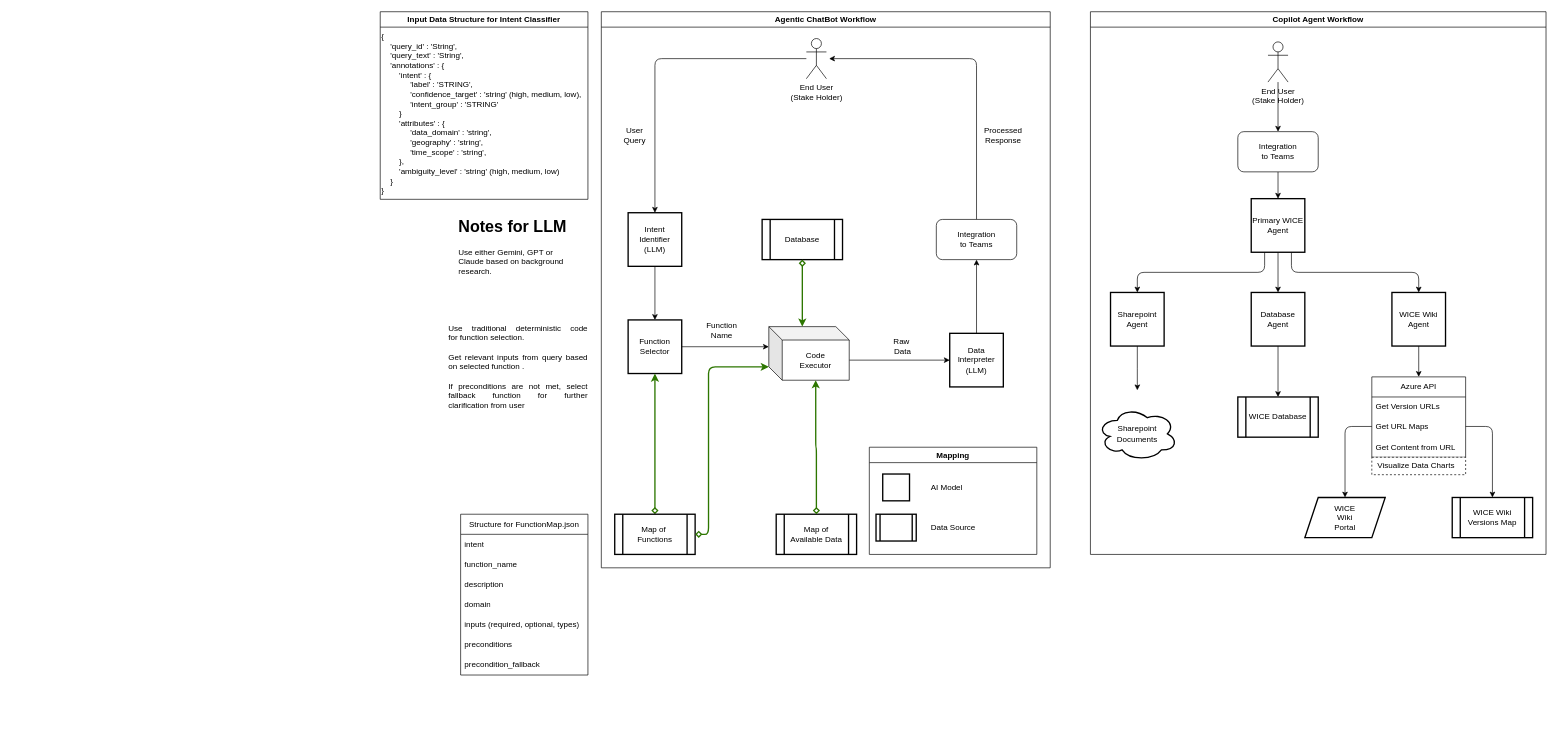
The draw.io diagram FlowCharts/Masters Thesis for Stakeholder Chatbot.drawio in punnoose-1620/masters-thesis-sensor-data, before the edit. Source tidied: cells renumbered, new cells numbered last; positions are measured from the earlier drawing's top-left corner, leaving out a move shared by most shapes. Both pictures are drawn from the tidied source at 67%, with x=0, y=0 at pixel (380, 11).
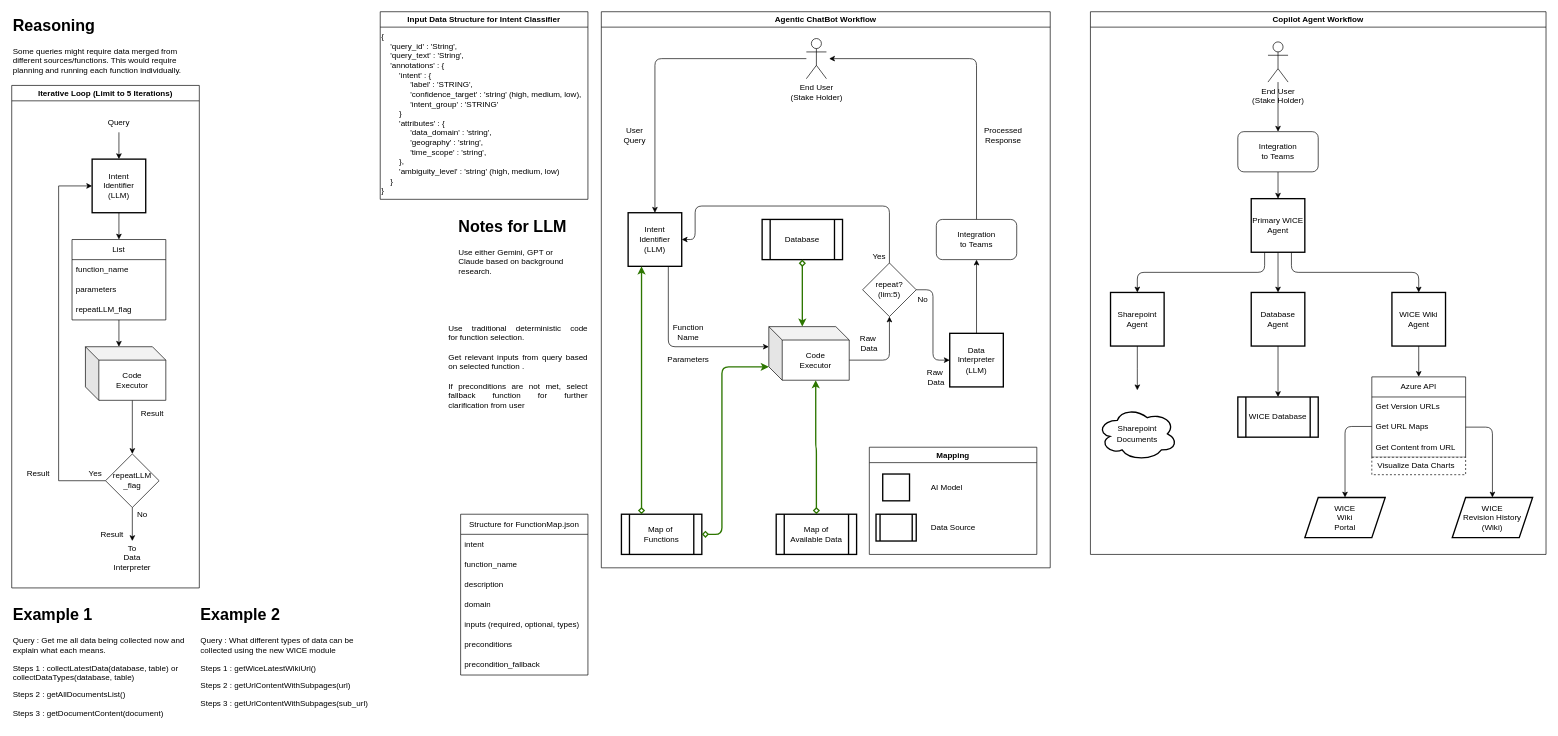
The same page after the edit.

Commit message:
Added Loop Condition in Chatbot Flow

The change refers to these unchanged cells:
```xml
<mxCell id="13" style="group;" parent="1" vertex="1">
  <mxGeometry x="330" width="670" height="830" as="geometry" />
</mxCell>
<mxCell id="14" value="&lt;div&gt;Agentic&amp;nbsp;ChatBot Workflow&lt;/div&gt;" style="swimlane;whiteSpace=wrap;html=1;" parent="13" vertex="1">
  <mxGeometry width="670" height="830" as="geometry" />
</mxCell>
<mxCell id="20" value="Intent&lt;div&gt;Identifier&lt;/div&gt;&lt;div&gt;(LLM)&lt;/div&gt;" style="whiteSpace=wrap;html=1;strokeColor=light-dark(#000000,#CC0000);strokeWidth=2;" parent="13" vertex="1">
  <mxGeometry x="40" y="300" width="80" height="80" as="geometry" />
</mxCell>
<mxCell id="25" value="Code&lt;div&gt;Executor&lt;/div&gt;" style="shape=cube;whiteSpace=wrap;html=1;boundedLbl=1;backgroundOutline=1;darkOpacity=0.05;darkOpacity2=0.1;" parent="13" vertex="1">
  <mxGeometry x="250" y="470" width="120" height="80" as="geometry" />
</mxCell>
<mxCell id="34" value="Data&lt;div&gt;Interpreter&lt;/div&gt;&lt;div&gt;(LLM)&lt;/div&gt;" style="whiteSpace=wrap;html=1;strokeColor=light-dark(#000000,#CC0000);strokeWidth=2;" parent="13" vertex="1">
  <mxGeometry x="520" y="480" width="80" height="80" as="geometry" />
</mxCell>
<mxCell id="46" value="Copilot Agent Workflow" style="swimlane;whiteSpace=wrap;html=1;" parent="1" vertex="1">
  <mxGeometry x="1060" width="680" height="810" as="geometry" />
</mxCell>
<mxCell id="63" value="Azure API" style="swimlane;fontStyle=0;horizontal=1;startSize=30;whiteSpace=wrap;html=1;" parent="46" vertex="1">
  <mxGeometry x="420" y="545" width="140" height="120" as="geometry" />
</mxCell>
<mxCell id="65" value="Get URL Maps" style="text;strokeColor=none;fillColor=none;align=left;verticalAlign=middle;spacingLeft=4;spacingRight=4;overflow=hidden;points=[[0,0.5],[1,0.5]];portConstraint=eastwest;whiteSpace=wrap;html=1;" parent="63" vertex="1">
  <mxGeometry y="60" width="140" height="30" as="geometry" />
</mxCell>
```

What changed in the source:
```diff
@@
+    <mxCell id="72" value="Function&lt;div&gt;Name&lt;/div&gt;" style="text;html=1;whiteSpace=wrap;strokeColor=none;fillColor=none;align=center;verticalAlign=middle;rounded=0;" parent="14" vertex="1">
+      <mxGeometry x="100" y="464" width="60" height="30" as="geometry" />
+    </mxCell>
+    <mxCell id="37" value="Parameters" style="text;html=1;whiteSpace=wrap;strokeColor=none;fillColor=none;align=center;verticalAlign=middle;rounded=0;" parent="14" vertex="1">
+      <mxGeometry x="100" y="510" width="60" height="20" as="geometry" />
+    </mxCell>
+    <mxCell id="23" value="Map of&amp;nbsp;&lt;div&gt;Functions&lt;/div&gt;" style="shape=process;whiteSpace=wrap;html=1;backgroundOutline=1;strokeColor=light-dark(#000000,#009900);strokeWidth=2;" parent="14" vertex="1">
+      <mxGeometry x="30" y="750" width="120" height="60" as="geometry" />
+    </mxCell>
+    <mxCell id="73" value="&lt;div&gt;repeat?&lt;/div&gt;&lt;div&gt;(lim:5)&lt;/div&gt;" style="rhombus;whiteSpace=wrap;html=1;" parent="14" vertex="1">
+      <mxGeometry x="390" y="375" width="80" height="80" as="geometry" />
+    </mxCell>
+    <mxCell id="35" value="Raw&amp;nbsp;&lt;div&gt;Data&lt;/div&gt;" style="text;html=1;whiteSpace=wrap;strokeColor=none;fillColor=none;align=center;verticalAlign=middle;rounded=0;" parent="14" vertex="1">
+      <mxGeometry x="380" y="480" width="40" height="30" as="geometry" />
+    </mxCell>
+    <mxCell id="74" value="&lt;div&gt;No&lt;/div&gt;" style="text;html=1;whiteSpace=wrap;strokeColor=none;fillColor=none;align=center;verticalAlign=middle;rounded=0;" parent="14" vertex="1">
+      <mxGeometry x="470" y="420" width="20" height="20" as="geometry" />
+    </mxCell>
+    <mxCell id="75" value="Raw&amp;nbsp;&lt;div&gt;Data&lt;/div&gt;" style="text;html=1;whiteSpace=wrap;strokeColor=none;fillColor=none;align=center;verticalAlign=middle;rounded=0;" parent="14" vertex="1">
+      <mxGeometry x="480" y="530" width="40" height="30" as="geometry" />
+    </mxCell>
+    <mxCell id="76" value="Yes" style="text;html=1;whiteSpace=wrap;strokeColor=none;fillColor=none;align=center;verticalAlign=middle;rounded=0;" parent="14" vertex="1">
+      <mxGeometry x="400" y="355" width="30" height="20" as="geometry" />
+    </mxCell>
@@
-    <mxCell id="19" style="edgeStyle=orthogonalEdgeStyle;rounded=1;jettySize=auto;html=1;exitX=0.5;exitY=1;exitDx=0;exitDy=0;curved=0;" parent="13" edge="1" source="20" target="21">
+    <mxCell id="19" style="edgeStyle=orthogonalEdgeStyle;rounded=1;jettySize=auto;html=1;exitX=0.75;exitY=1;exitDx=0;exitDy=0;curved=0;entryX=0;entryY=0;entryDx=0;entryDy=30;entryPerimeter=0;" parent="13" edge="1" source="20" target="25">
       <mxGeometry relative="1" as="geometry" />
     </mxCell>
@@
-    <mxCell id="21" value="Function&lt;div&gt;Selector&lt;/div&gt;" style="whiteSpace=wrap;html=1;strokeColor=light-dark(#000000,#FFFFFF);strokeWidth=2;" parent="13" vertex="1">
-      <mxGeometry x="40" y="460" width="80" height="80" as="geometry" />
-    </mxCell>
-    <mxCell id="22" style="edgeStyle=orthogonalEdgeStyle;rounded=1;jettySize=auto;html=1;exitX=0.5;exitY=0;exitDx=0;exitDy=0;entryX=0.5;entryY=1;entryDx=0;entryDy=0;startArrow=diamond;startFill=0;fillColor=#60a917;strokeColor=#2D7600;strokeWidth=2;curved=0;" parent="13" edge="1" source="23" target="21">
+    <mxCell id="22" style="edgeStyle=orthogonalEdgeStyle;rounded=1;jettySize=auto;html=1;exitX=0.25;exitY=0;exitDx=0;exitDy=0;entryX=0.25;entryY=1;entryDx=0;entryDy=0;startArrow=diamond;startFill=0;fillColor=#60a917;strokeColor=#2D7600;strokeWidth=2;curved=0;" parent="13" edge="1" source="23" target="20">
       <mxGeometry relative="1" as="geometry" />
     </mxCell>
-    <mxCell id="23" value="Map of&amp;nbsp;&lt;div&gt;Functions&lt;/div&gt;" style="shape=process;whiteSpace=wrap;html=1;backgroundOutline=1;strokeColor=light-dark(#000000,#009900);strokeWidth=2;" parent="13" vertex="1">
-      <mxGeometry x="20" y="750" width="120" height="60" as="geometry" />
-    </mxCell>
-    <mxCell id="24" style="edgeStyle=orthogonalEdgeStyle;rounded=1;jettySize=auto;html=1;exitX=0;exitY=0;exitDx=120;exitDy=50;exitPerimeter=0;curved=0;" parent="13" edge="1" source="25" target="34">
+    <mxCell id="24" style="edgeStyle=orthogonalEdgeStyle;rounded=1;jettySize=auto;html=1;exitX=0;exitY=0;exitDx=120;exitDy=50;exitPerimeter=0;curved=0;entryX=0.5;entryY=1;entryDx=0;entryDy=0;" parent="13" edge="1" source="25" target="73">
       <mxGeometry relative="1" as="geometry" />
     </mxCell>
@@
-    <mxCell id="26" style="edgeStyle=orthogonalEdgeStyle;rounded=1;jettySize=auto;html=1;exitX=1;exitY=0.5;exitDx=0;exitDy=0;entryX=0;entryY=0;entryDx=0;entryDy=30;entryPerimeter=0;curved=0;" parent="13" edge="1" source="21" target="25">
-      <mxGeometry relative="1" as="geometry" />
-    </mxCell>
     <mxCell id="27" style="edgeStyle=orthogonalEdgeStyle;rounded=1;jettySize=auto;html=1;exitX=1;exitY=0.5;exitDx=0;exitDy=0;entryX=0;entryY=0;entryDx=0;entryDy=60;entryPerimeter=0;startArrow=diamond;startFill=0;fillColor=#60a917;strokeColor=#2D7600;strokeWidth=2;curved=0;" parent="13" edge="1" source="23" target="25">
       <mxGeometry relative="1" as="geometry">
         <Array as="points">
-          <mxPoint x="160" y="780" />
-          <mxPoint x="160" y="530" />
+          <mxPoint x="180" y="780" />
+          <mxPoint x="180" y="530" />
         </Array>
       </mxGeometry>
     </mxCell>
@@
-    <mxCell id="35" value="Raw&amp;nbsp;&lt;div&gt;Data&lt;/div&gt;" style="text;html=1;whiteSpace=wrap;strokeColor=none;fillColor=none;align=center;verticalAlign=middle;rounded=0;" parent="13" vertex="1">
-      <mxGeometry x="420" y="485" width="60" height="30" as="geometry" />
-    </mxCell>
@@
-    <mxCell id="37" value="Function&lt;div&gt;Name&lt;/div&gt;" style="text;html=1;whiteSpace=wrap;strokeColor=none;fillColor=none;align=center;verticalAlign=middle;rounded=0;" parent="13" vertex="1">
-      <mxGeometry x="150" y="460" width="60" height="30" as="geometry" />
-    </mxCell>
@@
+    <mxCell id="77" style="edgeStyle=orthogonalEdgeStyle;rounded=1;jettySize=auto;html=1;exitX=1;exitY=0.5;exitDx=0;exitDy=0;entryX=0;entryY=0.5;entryDx=0;entryDy=0;curved=0;" parent="13" edge="1" source="73" target="34">
+      <mxGeometry relative="1" as="geometry" />
+    </mxCell>
+    <mxCell id="78" style="edgeStyle=orthogonalEdgeStyle;rounded=1;jettySize=auto;html=1;exitX=0.5;exitY=0;exitDx=0;exitDy=0;entryX=1;entryY=0.5;entryDx=0;entryDy=0;curved=0;" parent="13" edge="1" source="73" target="20">
+      <mxGeometry relative="1" as="geometry">
+        <Array as="points">
+          <mxPoint x="430" y="290" />
+          <mxPoint x="140" y="290" />
+          <mxPoint x="140" y="340" />
+        </Array>
+      </mxGeometry>
+    </mxCell>
@@
-    <mxCell id="69" style="edgeStyle=orthogonalEdgeStyle;rounded=1;jettySize=auto;html=1;entryX=0.5;entryY=0;entryDx=0;entryDy=0;curved=0;" parent="46" edge="1" source="63" target="71">
-      <mxGeometry relative="1" as="geometry">
-        <Array as="points">
-          <mxPoint x="600" y="619" />
-        </Array>
-      </mxGeometry>
-    </mxCell>
@@
-    <mxCell id="71" value="&lt;div&gt;WICE Wiki&lt;/div&gt;&lt;div&gt;Versions Map&lt;/div&gt;" style="shape=process;whiteSpace=wrap;html=1;backgroundOutline=1;strokeColor=light-dark(#000000,#009900);strokeWidth=2;" parent="46" vertex="1">
-      <mxGeometry x="540" y="725" width="120" height="60" as="geometry" />
-    </mxCell>
+    <mxCell id="79" value="&lt;div&gt;WICE&lt;/div&gt;&lt;div&gt;Revision History&lt;/div&gt;&lt;div&gt;(Wiki)&lt;/div&gt;" style="shape=parallelogram;perimeter=parallelogramPerimeter;whiteSpace=wrap;html=1;fixedSize=1;strokeColor=light-dark(#000000,#009900);strokeWidth=2;" parent="46" vertex="1">
+      <mxGeometry x="540" y="725" width="120" height="60" as="geometry" />
+    </mxCell>
+    <mxCell id="80" style="edgeStyle=orthogonalEdgeStyle;rounded=1;jettySize=auto;html=1;exitX=1;exitY=0.5;exitDx=0;exitDy=0;entryX=0.5;entryY=0;entryDx=0;entryDy=0;curved=0;" parent="46" edge="1" source="65" target="79">
+      <mxGeometry relative="1" as="geometry" />
+    </mxCell>
+    <mxCell id="81" style="group;" parent="1" vertex="1">
+      <mxGeometry x="-550" y="110" width="280" height="750" as="geometry" />
+    </mxCell>
+    <mxCell id="82" value="Iterative Loop (Limit to 5 Iterations)" style="swimlane;whiteSpace=wrap;html=1;" parent="81" vertex="1">
+      <mxGeometry width="280" height="750" as="geometry" />
+    </mxCell>
+    <mxCell id="83" style="edgeStyle=orthogonalEdgeStyle;rounded=0;jettySize=auto;html=1;exitX=0.5;exitY=1;exitDx=0;exitDy=0;entryX=0.5;entryY=0;entryDx=0;entryDy=0;" parent="81" edge="1" source="84" target="85">
+      <mxGeometry relative="1" as="geometry" />
+    </mxCell>
+    <mxCell id="84" value="Intent&lt;div&gt;Identifier&lt;/div&gt;&lt;div&gt;(LLM)&lt;/div&gt;" style="whiteSpace=wrap;html=1;strokeColor=light-dark(#000000,#CC0000);strokeWidth=2;" parent="81" vertex="1">
+      <mxGeometry x="120" y="110" width="80" height="80" as="geometry" />
+    </mxCell>
+    <mxCell id="85" value="List" style="swimlane;fontStyle=0;horizontal=1;startSize=30;whiteSpace=wrap;html=1;" parent="81" vertex="1">
+      <mxGeometry x="90" y="230" width="140" height="120" as="geometry" />
+    </mxCell>
+    <mxCell id="86" value="function_name" style="text;strokeColor=none;fillColor=none;align=left;verticalAlign=middle;spacingLeft=4;spacingRight=4;overflow=hidden;whiteSpace=wrap;html=1;" parent="85" vertex="1">
+      <mxGeometry y="30" width="140" height="30" as="geometry" />
+    </mxCell>
+    <mxCell id="87" value="parameters" style="text;strokeColor=none;fillColor=none;align=left;verticalAlign=middle;spacingLeft=4;spacingRight=4;overflow=hidden;whiteSpace=wrap;html=1;" parent="85" vertex="1">
+      <mxGeometry y="60" width="140" height="30" as="geometry" />
+    </mxCell>
+    <mxCell id="88" value="repeatLLM_flag" style="text;strokeColor=none;fillColor=none;align=left;verticalAlign=middle;spacingLeft=4;spacingRight=4;overflow=hidden;whiteSpace=wrap;html=1;" parent="85" vertex="1">
+      <mxGeometry y="90" width="140" height="30" as="geometry" />
+    </mxCell>
+    <mxCell id="89" style="edgeStyle=orthogonalEdgeStyle;rounded=0;jettySize=auto;html=1;exitX=0;exitY=0;exitDx=70;exitDy=80;exitPerimeter=0;entryX=0.5;entryY=0;entryDx=0;entryDy=0;" parent="81" edge="1" source="90" target="94">
+      <mxGeometry relative="1" as="geometry" />
+    </mxCell>
+    <mxCell id="90" value="&lt;div&gt;Code&lt;/div&gt;&lt;div&gt;Executor&lt;/div&gt;" style="shape=cube;whiteSpace=wrap;html=1;boundedLbl=1;backgroundOutline=1;darkOpacity=0.05;darkOpacity2=0.1;" parent="81" vertex="1">
+      <mxGeometry x="110" y="390" width="120" height="80" as="geometry" />
+    </mxCell>
+    <mxCell id="91" style="edgeStyle=orthogonalEdgeStyle;rounded=0;jettySize=auto;html=1;entryX=0;entryY=0;entryDx=50.00000000000001;entryDy=0;entryPerimeter=0;" parent="81" edge="1" source="85" target="90">
+      <mxGeometry relative="1" as="geometry" />
+    </mxCell>
+    <mxCell id="92" style="edgeStyle=orthogonalEdgeStyle;rounded=0;jettySize=auto;html=1;exitX=0;exitY=0.5;exitDx=0;exitDy=0;entryX=0;entryY=0.5;entryDx=0;entryDy=0;" parent="81" edge="1" source="94" target="84">
+      <mxGeometry relative="1" as="geometry">
+        <Array as="points">
+          <mxPoint x="70" y="590" />
+          <mxPoint x="70" y="150" />
+        </Array>
+      </mxGeometry>
+    </mxCell>
+    <mxCell id="93" style="edgeStyle=orthogonalEdgeStyle;rounded=0;jettySize=auto;html=1;exitX=0.5;exitY=1;exitDx=0;exitDy=0;entryX=0.5;entryY=0;entryDx=0;entryDy=0;" parent="81" edge="1" source="94" target="98">
+      <mxGeometry relative="1" as="geometry" />
+    </mxCell>
+    <mxCell id="94" value="&lt;div&gt;repeatLLM&lt;/div&gt;&lt;div&gt;_flag&lt;/div&gt;" style="rhombus;whiteSpace=wrap;html=1;" parent="81" vertex="1">
+      <mxGeometry x="140" y="550" width="80" height="80" as="geometry" />
+    </mxCell>
+    <mxCell id="95" value="Yes" style="text;html=1;whiteSpace=wrap;strokeColor=none;fillColor=none;align=center;verticalAlign=middle;rounded=0;" parent="81" vertex="1">
+      <mxGeometry x="110" y="570" width="30" height="20" as="geometry" />
+    </mxCell>
+    <mxCell id="96" value="Result" style="text;html=1;whiteSpace=wrap;strokeColor=none;fillColor=none;align=center;verticalAlign=middle;rounded=0;" parent="81" vertex="1">
+      <mxGeometry x="190" y="480" width="40" height="20" as="geometry" />
+    </mxCell>
+    <mxCell id="97" value="Result" style="text;html=1;whiteSpace=wrap;strokeColor=none;fillColor=none;align=center;verticalAlign=middle;rounded=0;" parent="81" vertex="1">
+      <mxGeometry x="20" y="570" width="40" height="20" as="geometry" />
+    </mxCell>
+    <mxCell id="98" value="&lt;div&gt;To&lt;/div&gt;&lt;div&gt;Data&lt;/div&gt;&lt;div&gt;Interpreter&lt;/div&gt;" style="text;html=1;whiteSpace=wrap;strokeColor=none;fillColor=none;align=center;verticalAlign=middle;rounded=0;" parent="81" vertex="1">
+      <mxGeometry x="150" y="680" width="60" height="50" as="geometry" />
+    </mxCell>
+    <mxCell id="99" value="No" style="text;html=1;whiteSpace=wrap;strokeColor=none;fillColor=none;align=center;verticalAlign=middle;rounded=0;" parent="81" vertex="1">
+      <mxGeometry x="180" y="630" width="30" height="20" as="geometry" />
+    </mxCell>
+    <mxCell id="100" value="Result" style="text;html=1;whiteSpace=wrap;strokeColor=none;fillColor=none;align=center;verticalAlign=middle;rounded=0;" parent="81" vertex="1">
+      <mxGeometry x="130" y="660" width="40" height="20" as="geometry" />
+    </mxCell>
+    <mxCell id="101" style="edgeStyle=orthogonalEdgeStyle;rounded=0;jettySize=auto;html=1;exitX=0.5;exitY=1;exitDx=0;exitDy=0;" parent="81" edge="1" source="102" target="84">
+      <mxGeometry relative="1" as="geometry" />
+    </mxCell>
+    <mxCell id="102" value="Query" style="text;html=1;whiteSpace=wrap;strokeColor=none;fillColor=none;align=center;verticalAlign=middle;rounded=0;" parent="81" vertex="1">
+      <mxGeometry x="130" y="40" width="60" height="30" as="geometry" />
+    </mxCell>
+    <mxCell id="103" value="&lt;h1 style=&quot;margin-top: 0px;&quot;&gt;Reasoning&lt;/h1&gt;&lt;p&gt;Some queries might require data merged from different sources/functions. This would require planning and running each function individually.&lt;/p&gt;" style="text;html=1;whiteSpace=wrap;overflow=hidden;rounded=0;" parent="1" vertex="1">
+      <mxGeometry x="-550" width="280" height="100" as="geometry" />
+    </mxCell>
+    <mxCell id="104" value="&lt;h1 style=&quot;margin-top: 0px;&quot;&gt;Example 1&lt;/h1&gt;&lt;p&gt;Query : Get me all data being collected now and explain what each means.&lt;/p&gt;&lt;p&gt;Steps 1 : collectLatestData(database, table) or collectDataTypes(database, table)&lt;/p&gt;&lt;p&gt;Steps 2 : getAllDocumentsList()&lt;/p&gt;&lt;p&gt;Steps 3 : getDocumentContent(document)&lt;/p&gt;" style="text;html=1;whiteSpace=wrap;overflow=hidden;rounded=0;" parent="1" vertex="1">
+      <mxGeometry x="-550" y="880" width="280" height="180" as="geometry" />
+    </mxCell>
+    <mxCell id="105" value="&lt;h1 style=&quot;margin-top: 0px;&quot;&gt;Example 2&lt;/h1&gt;&lt;p&gt;Query : What different types of data can be collected using the new WICE module&lt;/p&gt;&lt;p&gt;Steps 1 : getWiceLatestWikiUrl()&lt;/p&gt;&lt;p&gt;Steps 2 : getUrlContentWithSubpages(url)&lt;/p&gt;&lt;p&gt;Steps 3 :&amp;nbsp;getUrlContentWithSubpages(sub_url)&lt;/p&gt;" style="text;html=1;whiteSpace=wrap;overflow=hidden;rounded=0;" parent="1" vertex="1">
+      <mxGeometry x="-270" y="880" width="280" height="180" as="geometry" />
+    </mxCell>
```
